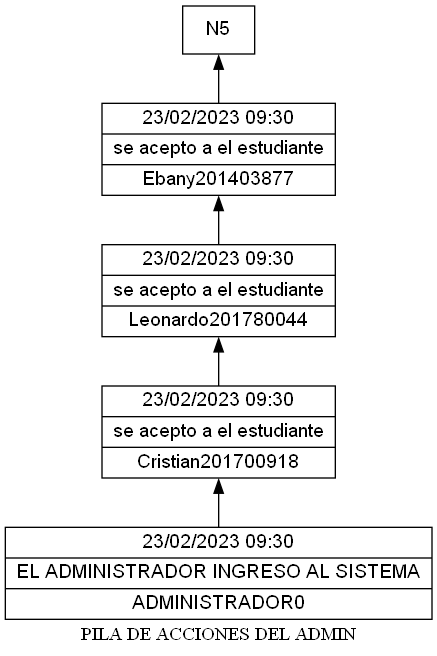
Above: EDD_Proyecto1_Fase1/pila.png in Nahomi-Aparicio/EDD_1S2023_PY_202113293_F1 (Graphviz), before the change. Its source is kept beside it as EDD_Proyecto1_Fase1/pila.dot.
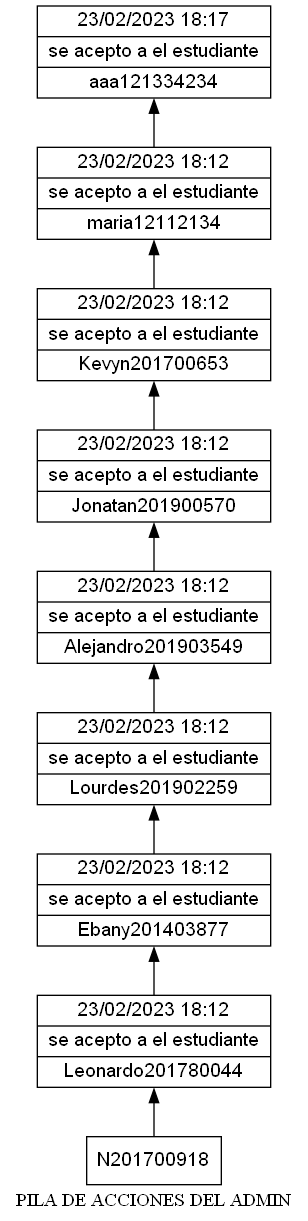
Above is the later version.

The edit, as a diff of the source:
```diff
@@ -3,12 +3,20 @@
 node [shape=box];
 node [shape=record fontname=Arial]
 label = "PILA DE ACCIONES DEL ADMIN";
-N4[label="{23/02/2023      09:30     |se acepto a el estudiante|Ebany201403877}"];
-N1->N2;
-N3[label="{23/02/2023      09:30     |se acepto a el estudiante|Leonardo201780044}"];
-N2->N3;
-N2[label="{23/02/2023      09:30     |se acepto a el estudiante|Cristian201700918}"];
-N3->N4;
-N1[label="{23/02/2023      09:30     |EL ADMINISTRADOR INGRESO AL SISTEMA|ADMINISTRADOR0}"];
-N4->N5;
+N121334234[label="{23/02/2023      18:17     |se acepto a el estudiante|aaa121334234}"];
+N12112134->N121334234;
+N12112134[label="{23/02/2023      18:12     |se acepto a el estudiante|maria12112134}"];
+N201700653->N12112134;
+N201700653[label="{23/02/2023      18:12     |se acepto a el estudiante|Kevyn201700653}"];
+N201900570->N201700653;
+N201900570[label="{23/02/2023      18:12     |se acepto a el estudiante|Jonatan201900570}"];
+N201903549->N201900570;
+N201903549[label="{23/02/2023      18:12     |se acepto a el estudiante|Alejandro201903549}"];
+N201902259->N201903549;
+N201902259[label="{23/02/2023      18:12     |se acepto a el estudiante|Lourdes201902259}"];
+N201403877->N201902259;
+N201403877[label="{23/02/2023      18:12     |se acepto a el estudiante|Ebany201403877}"];
+N201780044->N201403877;
+N201780044[label="{23/02/2023      18:12     |se acepto a el estudiante|Leonardo201780044}"];
+N201700918->N201780044;
 }
```
